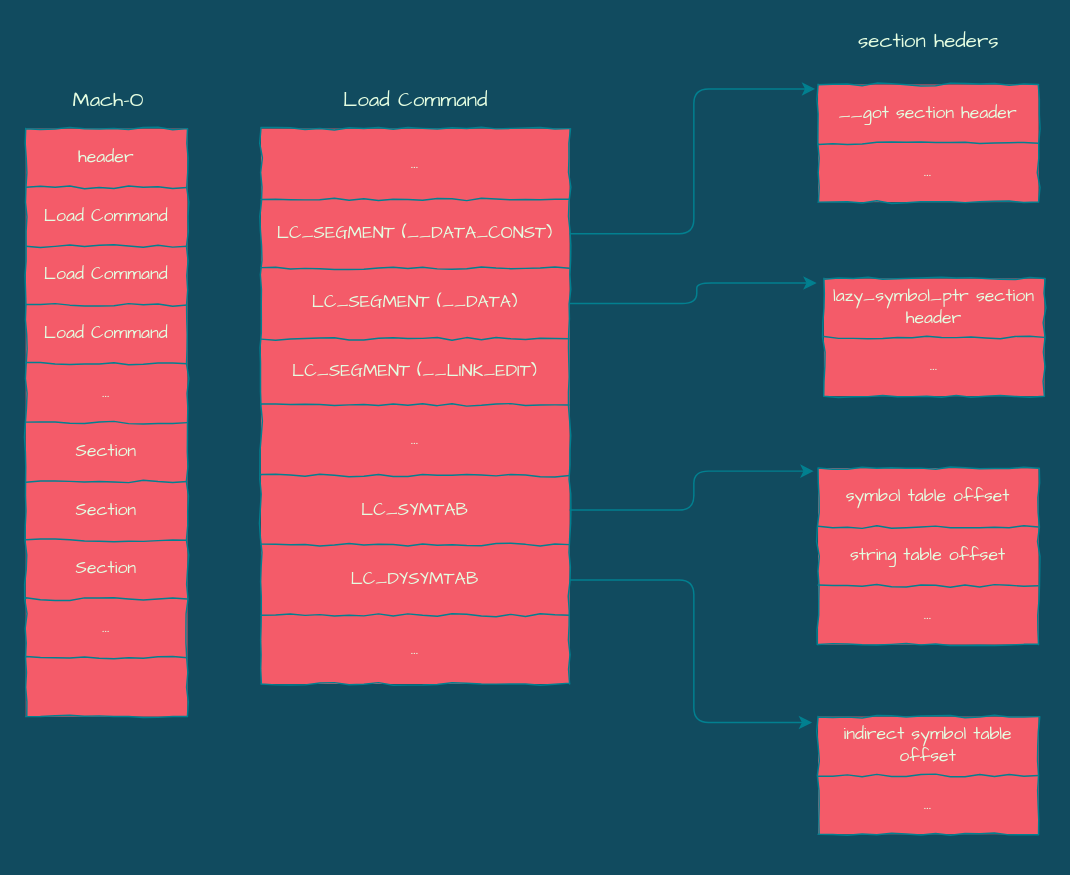
Above: page "Page-1" (1 of 2) of fishhook/load command.drawio in silan-liu/drawio (draw.io), before the change. Source tidied: cells renumbered, new cells numbered last; positions are measured from the earlier drawing's top-left corner, leaving out a move shared by most shapes. Both pictures are drawn from the tidied source at 147%, with x=0, y=0 at pixel (25, 25).
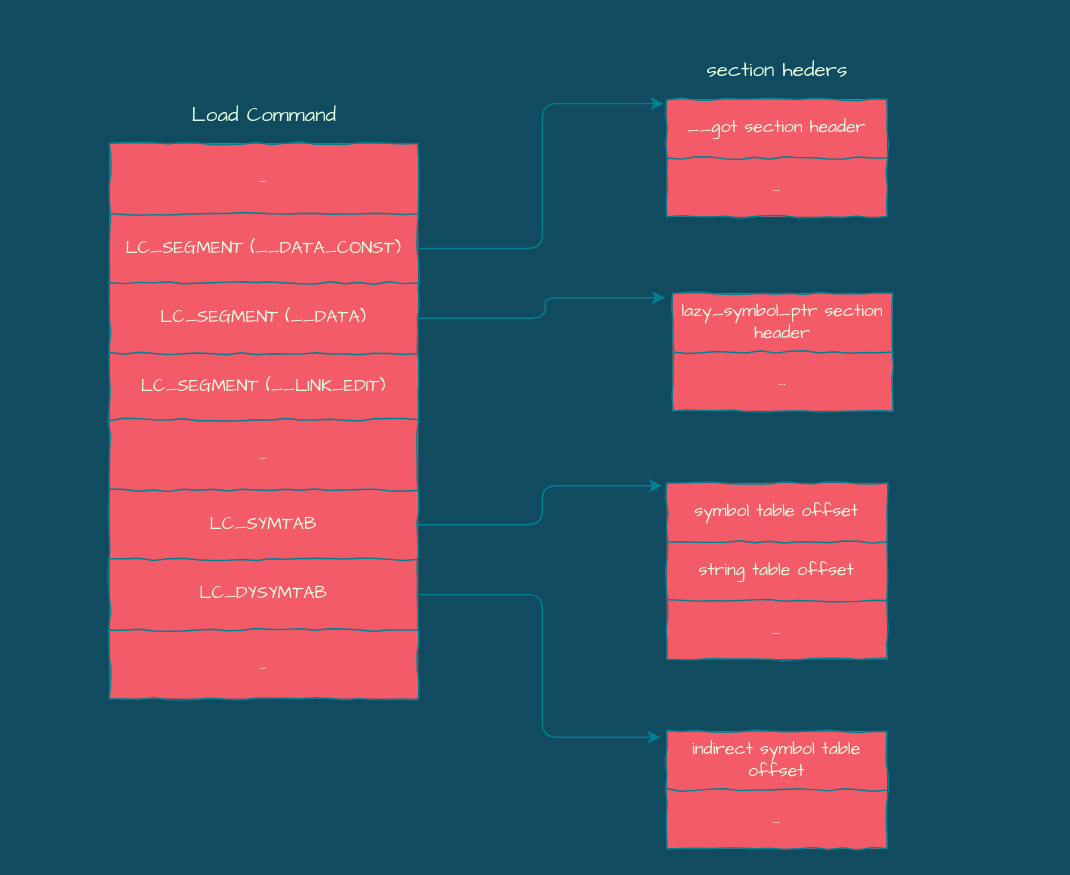
The same page after the edit.

The change refers to these unchanged cells:
```xml
<mxCell id="3" style="shape=partialRectangle;html=1;whiteSpace=wrap;fillColor=none;top=0;left=0;bottom=0;right=0;points=[[0,0.5],[1,0.5]];portConstraint=eastwest;strokeColor=#028090;fontColor=#E4FDE1;" parent="2" vertex="1">
  <mxGeometry width="150" height="40" as="geometry" />
</mxCell>
<mxCell id="11" style="shape=partialRectangle;html=1;whiteSpace=wrap;fillColor=none;top=0;left=0;bottom=0;right=0;points=[[0,0.5],[1,0.5]];portConstraint=eastwest;strokeColor=#028090;fontColor=#E4FDE1;" parent="8" vertex="1">
  <mxGeometry y="48" width="210" height="47" as="geometry" />
</mxCell>
<mxCell id="13" style="shape=partialRectangle;html=1;whiteSpace=wrap;fillColor=none;top=0;left=0;bottom=0;right=0;points=[[0,0.5],[1,0.5]];portConstraint=eastwest;strokeColor=#028090;fontColor=#E4FDE1;" parent="8" vertex="1">
  <mxGeometry y="95" width="210" height="48" as="geometry" />
</mxCell>
<mxCell id="40" style="shape=partialRectangle;html=1;whiteSpace=wrap;fillColor=none;top=0;left=0;bottom=0;right=0;points=[[0,0.5],[1,0.5]];portConstraint=eastwest;strokeColor=#028090;fontColor=#E4FDE1;" parent="39" vertex="1">
  <mxGeometry width="150" height="40" as="geometry" />
</mxCell>
```

What changed in the source:
```diff
@@
+    <mxCell id="71" style="group;" parent="1" vertex="1">
+      <mxGeometry x="57" y="10" width="533" height="550" as="geometry" />
+    </mxCell>
-    <mxCell id="2" style="shape=table;html=1;whiteSpace=wrap;startSize=0;childLayout=tableLayout;comic=1;fillColor=#F45B69;strokeColor=#028090;fontColor=#E4FDE1;fontFamily=Architects Daughter;" parent="1" vertex="1">
-      <mxGeometry x="543" y="172" width="150" height="80" as="geometry" />
+    <mxCell id="2" style="shape=table;html=1;whiteSpace=wrap;startSize=0;childLayout=tableLayout;comic=1;fillColor=#F45B69;strokeColor=#028090;fontColor=#E4FDE1;fontFamily=Architects Daughter;" parent="71" vertex="1">
+      <mxGeometry x="383" y="172" width="150" height="80" as="geometry" />
     </mxCell>
@@
-    <mxCell id="7" style="group;" parent="1" vertex="1">
-      <mxGeometry x="160" width="529" height="550" as="geometry" />
+    <mxCell id="7" style="group;" parent="71" vertex="1">
+      <mxGeometry width="529" height="550" as="geometry" />
     </mxCell>
@@
     <mxCell id="44" value="section heders" style="text;html=1;align=center;verticalAlign=middle;fontFamily=Architects Daughter;fontColor=#E4FDE1;fontSize=14;" parent="7" vertex="1">
-      <mxGeometry x="401" width="106" height="21" as="geometry" />
+      <mxGeometry x="401" y="10" width="106" height="21" as="geometry" />
     </mxCell>
@@
+    <mxCell id="47" style="edgeStyle=orthogonalEdgeStyle;curved=0;rounded=1;sketch=0;jettySize=auto;html=1;exitX=1;exitY=0.5;exitDx=0;exitDy=0;entryX=-0.013;entryY=0.075;entryDx=0;entryDy=0;entryPerimeter=0;strokeColor=#028090;fillColor=#F45B69;fontColor=#E4FDE1;labelBackgroundColor=#114B5F;" parent="7" edge="1" source="11" target="40">
+      <mxGeometry relative="1" as="geometry" />
+    </mxCell>
-    <mxCell id="46" style="edgeStyle=orthogonalEdgeStyle;curved=0;rounded=1;sketch=0;jettySize=auto;html=1;exitX=1;exitY=0.5;exitDx=0;exitDy=0;entryX=-0.033;entryY=0.075;entryDx=0;entryDy=0;strokeColor=#028090;fillColor=#F45B69;fontFamily=Architects Daughter;fontColor=#E4FDE1;entryPerimeter=0;labelBackgroundColor=#114B5F;" parent="7" edge="1" source="13" target="3">
+    <mxCell id="46" style="edgeStyle=orthogonalEdgeStyle;curved=0;rounded=1;sketch=0;jettySize=auto;html=1;exitX=1;exitY=0.5;exitDx=0;exitDy=0;entryX=-0.033;entryY=0.075;entryDx=0;entryDy=0;strokeColor=#028090;fillColor=#F45B69;fontFamily=Architects Daughter;fontColor=#E4FDE1;entryPerimeter=0;labelBackgroundColor=#114B5F;" parent="71" edge="1" source="13" target="3">
       <mxGeometry relative="1" as="geometry" />
     </mxCell>
-    <mxCell id="47" style="edgeStyle=orthogonalEdgeStyle;curved=0;rounded=1;sketch=0;jettySize=auto;html=1;exitX=1;exitY=0.5;exitDx=0;exitDy=0;entryX=-0.013;entryY=0.075;entryDx=0;entryDy=0;entryPerimeter=0;strokeColor=#028090;fillColor=#F45B69;fontColor=#E4FDE1;labelBackgroundColor=#114B5F;" parent="7" edge="1" source="11" target="40">
-      <mxGeometry relative="1" as="geometry" />
-    </mxCell>
-    <mxCell id="48" style="group;" parent="1" vertex="1">
-      <mxGeometry y="39" width="110" height="431" as="geometry" />
-    </mxCell>
-    <mxCell id="49" style="shape=table;html=1;whiteSpace=wrap;startSize=0;childLayout=tableLayout;comic=1;fillColor=#F45B69;strokeColor=#028090;fontColor=#E4FDE1;fontFamily=Architects Daughter;" parent="48" vertex="1">
-      <mxGeometry y="31" width="110" height="400" as="geometry" />
-    </mxCell>
-    <mxCell id="50" style="shape=partialRectangle;html=1;whiteSpace=wrap;fillColor=none;top=0;left=0;bottom=0;right=0;strokeColor=#028090;fontColor=#E4FDE1;" parent="49" vertex="1">
-      <mxGeometry width="110" height="40" as="geometry" />
-    </mxCell>
-    <mxCell id="51" value="header" style="shape=partialRectangle;html=1;whiteSpace=wrap;overflow=hidden;fillColor=none;top=0;left=0;bottom=0;right=0;strokeColor=#028090;fontColor=#E4FDE1;fontFamily=Architects Daughter;" parent="50" vertex="1">
-      <mxGeometry width="110" height="40" as="geometry" />
-    </mxCell>
-    <mxCell id="52" style="shape=partialRectangle;html=1;whiteSpace=wrap;fillColor=none;top=0;left=0;bottom=0;right=0;strokeColor=#028090;fontColor=#E4FDE1;" parent="49" vertex="1">
-      <mxGeometry y="40" width="110" height="40" as="geometry" />
-    </mxCell>
-    <mxCell id="53" value="Load Command" style="shape=partialRectangle;html=1;whiteSpace=wrap;overflow=hidden;fillColor=none;top=0;left=0;bottom=0;right=0;strokeColor=#028090;fontColor=#E4FDE1;fontFamily=Architects Daughter;" parent="52" vertex="1">
-      <mxGeometry width="110" height="40" as="geometry" />
-    </mxCell>
-    <mxCell id="54" style="shape=partialRectangle;html=1;whiteSpace=wrap;fillColor=none;top=0;left=0;bottom=0;right=0;strokeColor=#028090;fontColor=#E4FDE1;" parent="49" vertex="1">
-      <mxGeometry y="80" width="110" height="40" as="geometry" />
-    </mxCell>
-    <mxCell id="55" value="Load Command" style="shape=partialRectangle;html=1;whiteSpace=wrap;overflow=hidden;fillColor=none;top=0;left=0;bottom=0;right=0;strokeColor=#028090;fontColor=#E4FDE1;fontFamily=Architects Daughter;" parent="54" vertex="1">
-      <mxGeometry width="110" height="40" as="geometry" />
-    </mxCell>
-    <mxCell id="56" style="shape=partialRectangle;html=1;whiteSpace=wrap;fillColor=none;top=0;left=0;bottom=0;right=0;strokeColor=#028090;fontColor=#E4FDE1;" parent="49" vertex="1">
-      <mxGeometry y="120" width="110" height="40" as="geometry" />
-    </mxCell>
-    <mxCell id="57" value="Load Command" style="shape=partialRectangle;html=1;whiteSpace=wrap;overflow=hidden;fillColor=none;top=0;left=0;bottom=0;right=0;strokeColor=#028090;fontColor=#E4FDE1;fontFamily=Architects Daughter;" parent="56" vertex="1">
-      <mxGeometry width="110" height="40" as="geometry" />
-    </mxCell>
-    <mxCell id="58" style="shape=partialRectangle;html=1;whiteSpace=wrap;fillColor=none;top=0;left=0;bottom=0;right=0;strokeColor=#028090;fontColor=#E4FDE1;" parent="49" vertex="1">
-      <mxGeometry y="160" width="110" height="40" as="geometry" />
-    </mxCell>
-    <mxCell id="59" value="..." style="shape=partialRectangle;html=1;whiteSpace=wrap;overflow=hidden;fillColor=none;top=0;left=0;bottom=0;right=0;strokeColor=#028090;fontColor=#E4FDE1;fontFamily=Architects Daughter;" parent="58" vertex="1">
-      <mxGeometry width="110" height="40" as="geometry" />
-    </mxCell>
-    <mxCell id="60" style="shape=partialRectangle;html=1;whiteSpace=wrap;fillColor=none;top=0;left=0;bottom=0;right=0;strokeColor=#028090;fontColor=#E4FDE1;" parent="49" vertex="1">
-      <mxGeometry y="200" width="110" height="40" as="geometry" />
-    </mxCell>
-    <mxCell id="61" value="Section" style="shape=partialRectangle;html=1;whiteSpace=wrap;overflow=hidden;fillColor=none;top=0;left=0;bottom=0;right=0;strokeColor=#028090;fontColor=#E4FDE1;fontFamily=Architects Daughter;" parent="60" vertex="1">
-      <mxGeometry width="110" height="40" as="geometry" />
-    </mxCell>
-    <mxCell id="62" style="shape=partialRectangle;html=1;whiteSpace=wrap;fillColor=none;top=0;left=0;bottom=0;right=0;strokeColor=#028090;fontColor=#E4FDE1;" parent="49" vertex="1">
-      <mxGeometry y="240" width="110" height="40" as="geometry" />
-    </mxCell>
-    <mxCell id="63" value="Section" style="shape=partialRectangle;html=1;whiteSpace=wrap;overflow=hidden;fillColor=none;top=0;left=0;bottom=0;right=0;strokeColor=#028090;fontColor=#E4FDE1;fontFamily=Architects Daughter;" parent="62" vertex="1">
-      <mxGeometry width="110" height="40" as="geometry" />
-    </mxCell>
-    <mxCell id="64" style="shape=partialRectangle;html=1;whiteSpace=wrap;fillColor=none;top=0;left=0;bottom=0;right=0;strokeColor=#028090;fontColor=#E4FDE1;" parent="49" vertex="1">
-      <mxGeometry y="280" width="110" height="40" as="geometry" />
-    </mxCell>
-    <mxCell id="65" value="Section" style="shape=partialRectangle;html=1;whiteSpace=wrap;overflow=hidden;fillColor=none;top=0;left=0;bottom=0;right=0;strokeColor=#028090;fontColor=#E4FDE1;fontFamily=Architects Daughter;" parent="64" vertex="1">
-      <mxGeometry width="110" height="40" as="geometry" />
-    </mxCell>
-    <mxCell id="66" style="shape=partialRectangle;html=1;whiteSpace=wrap;fillColor=none;top=0;left=0;bottom=0;right=0;strokeColor=#028090;fontColor=#E4FDE1;" parent="49" vertex="1">
-      <mxGeometry y="320" width="110" height="40" as="geometry" />
-    </mxCell>
-    <mxCell id="67" value="..." style="shape=partialRectangle;html=1;whiteSpace=wrap;overflow=hidden;fillColor=none;top=0;left=0;bottom=0;right=0;strokeColor=#028090;fontColor=#E4FDE1;fontFamily=Architects Daughter;" parent="66" vertex="1">
-      <mxGeometry width="110" height="40" as="geometry" />
-    </mxCell>
-    <mxCell id="68" style="shape=partialRectangle;html=1;whiteSpace=wrap;fillColor=none;top=0;left=0;bottom=0;right=0;strokeColor=#028090;fontColor=#E4FDE1;" parent="49" vertex="1">
-      <mxGeometry y="360" width="110" height="40" as="geometry" />
-    </mxCell>
-    <mxCell id="69" style="shape=partialRectangle;html=1;whiteSpace=wrap;overflow=hidden;fillColor=none;top=0;left=0;bottom=0;right=0;strokeColor=#028090;fontColor=#E4FDE1;fontFamily=Architects Daughter;" parent="68" vertex="1">
-      <mxGeometry width="110" height="40" as="geometry" />
-    </mxCell>
-    <mxCell id="70" value="&lt;font face=&quot;Architects Daughter&quot; style=&quot;font-size: 14px;&quot;&gt;Mach-O&lt;/font&gt;" style="text;html=1;align=center;verticalAlign=middle;fontColor=#E4FDE1;fontSize=14;" parent="48" vertex="1">
-      <mxGeometry x="27" width="58" height="22" as="geometry" />
-    </mxCell>
```
